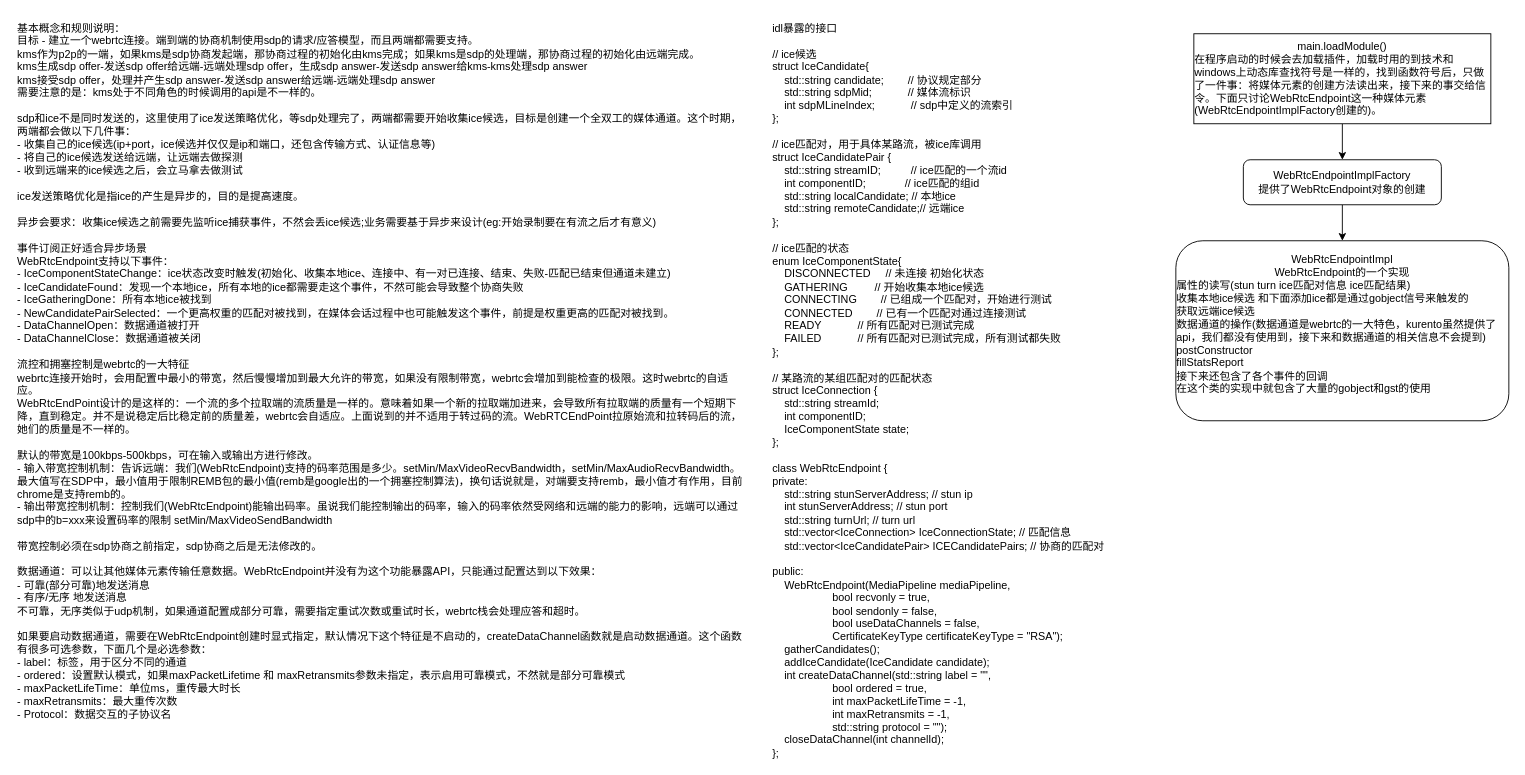
Above: page "WebRtcEndpoint" (2 of 2) of kms源码分析/kms分析文字版本.drawio in 63isOK/conference_graph (draw.io), before the change. Source tidied: cells renumbered, new cells numbered last; positions are measured from the earlier drawing's top-left corner, leaving out a move shared by most shapes. Both pictures are drawn from the tidied source at 90%, with x=0, y=0 at pixel (15, 15).
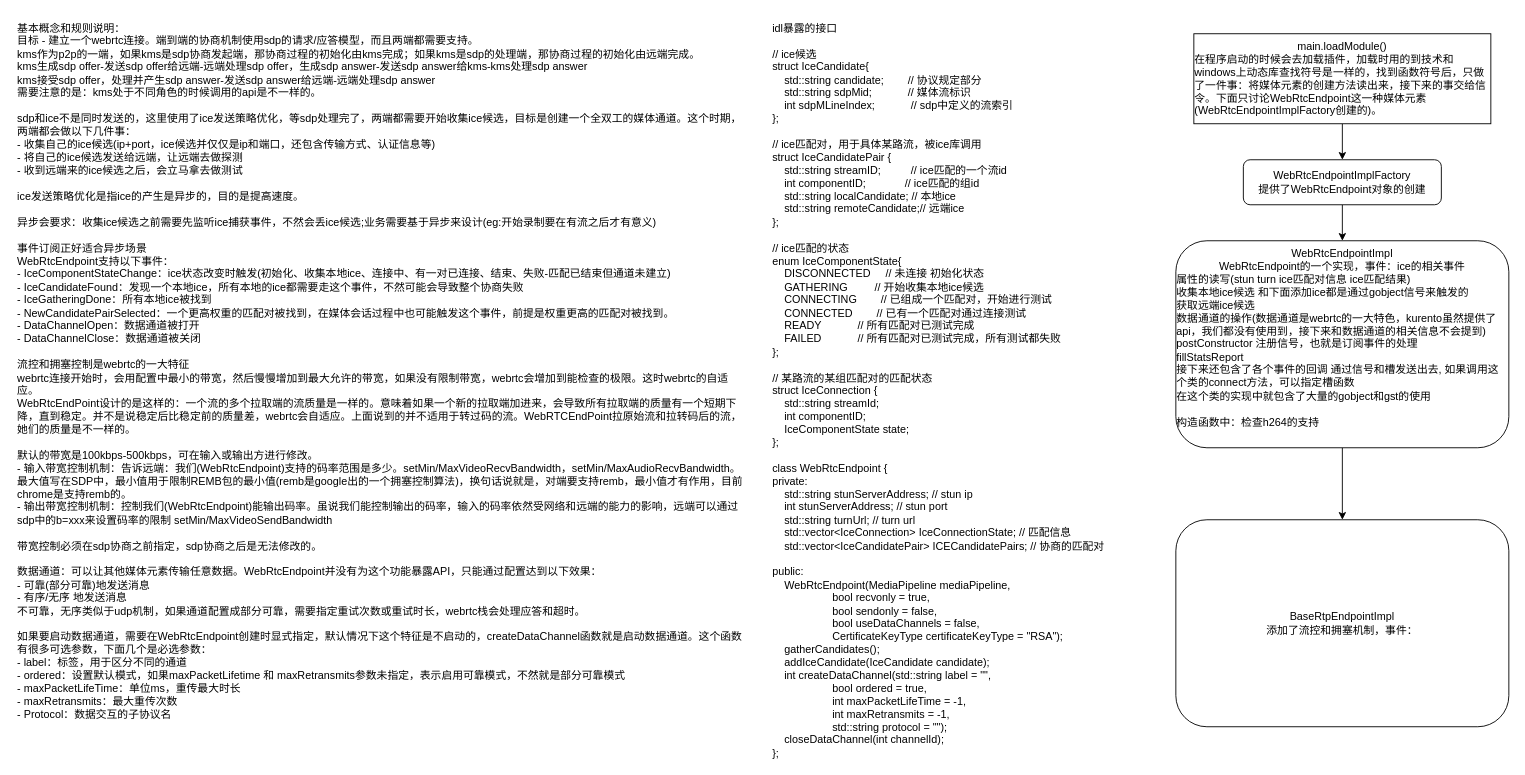
The same diagram, later.

Commit message:
更新kms分析文字版本.drawio

Diff of the diagram source:
```diff
@@
 <mxGraphModel>
   <root>
     <mxCell id="0" />
     <mxCell id="1" parent="0" />
     <mxCell id="2" value="基本概念和规则说明：&lt;br&gt;目标 - 建立一个webrtc连接。端到端的协商机制使用sdp的请求/应答模型，而且两端都需要支持。&lt;br&gt;kms作为p2p的一端，如果kms是sdp协商发起端，那协商过程的初始化由kms完成；如果kms是sdp的处理端，那协商过程的初始化由远端完成。&lt;br&gt;kms生成sdp offer-发送sdp offer给远端-远端处理sdp offer，生成sdp answer-发送sdp answer给kms-kms处理sdp answer&lt;br&gt;kms接受sdp offer，处理并产生sdp answer-发送sdp answer给远端-远端处理sdp answer&lt;br&gt;需要注意的是：kms处于不同角色的时候调用的api是不一样的。&lt;br&gt;&lt;br&gt;sdp和ice不是同时发送的，这里使用了ice发送策略优化，等sdp处理完了，两端都需要开始收集ice候选，目标是创建一个全双工的媒体通道。这个时期，两端都会做以下几件事：&lt;br&gt;- 收集自己的ice候选(ip+port，ice候选并仅仅是ip和端口，还包含传输方式、认证信息等)&lt;br&gt;- 将自己的ice候选发送给远端，让远端去做探测&lt;br&gt;- 收到远端来的ice候选之后，会立马拿去做测试&lt;br&gt;&lt;br&gt;ice发送策略优化是指ice的产生是异步的，目的是提高速度。&lt;br&gt;&lt;br&gt;异步会要求：收集ice候选之前需要先监听ice捕获事件，不然会丢ice候选;业务需要基于异步来设计(eg:开始录制要在有流之后才有意义)&lt;br&gt;&lt;br&gt;事件订阅正好适合异步场景&lt;br&gt;WebRtcEndpoint支持以下事件：&lt;br&gt;-&amp;nbsp;&lt;span&gt;IceComponentStateChange：ice状态改变时触发(初始化、收集本地ice、连接中、有一对已连接、结束、失败-匹配已结束但通道未建立)&lt;br&gt;&lt;/span&gt;-&amp;nbsp;&lt;span&gt;IceCandidateFound：发现一个本地ice，所有本地的ice都需要走这个事件，不然可能会导致整个协商失败&lt;br&gt;&lt;/span&gt;-&amp;nbsp;&lt;span&gt;IceGatheringDone：所有本地ice被找到&lt;br&gt;&lt;/span&gt;-&amp;nbsp;&lt;span&gt;NewCandidatePairSelected：一个更高权重的匹配对被找到，在媒体会话过程中也可能触发这个事件，前提是权重更高的匹配对被找到。&lt;br&gt;&lt;/span&gt;- D&lt;span&gt;ataChannelOpen：数据通道被打开&lt;br&gt;&lt;/span&gt;- D&lt;span&gt;ataChannelClose：数据通道被关闭&lt;br&gt;&lt;/span&gt;&lt;br&gt;流控和拥塞控制是webrtc的一大特征&lt;br&gt;webrtc连接开始时，会用配置中最小的带宽，然后慢慢增加到最大允许的带宽，如果没有限制带宽，webrtc会增加到能检查的极限。这时webrtc的自适应。&lt;br&gt;WebRtcEndPoint设计的是这样的：一个流的多个拉取端的流质量是一样的。意味着如果一个新的拉取端加进来，会导致所有拉取端的质量有一个短期下降，直到稳定。并不是说稳定后比稳定前的质量差，webrtc会自适应。上面说到的并不适用于转过码的流。WebRTCEndPoint拉原始流和拉转码后的流，她们的质量是不一样的。&lt;br&gt;&lt;br&gt;默认的带宽是100kbps-500kbps，可在输入或输出方进行修改。&lt;br&gt;- 输入带宽控制机制：告诉远端：我们(WebRtcEndpoint)支持的码率范围是多少。&lt;span&gt;setMin/MaxVideoRecvBandwidth，&lt;/span&gt;&lt;span&gt;setMin/MaxAudioRecvBandwidth&lt;/span&gt;。最大值写在SDP中，最小值用于限制REMB包的最小值(remb是google出的一个拥塞控制算法)，换句话说就是，对端要支持remb，最小值才有作用，目前chrome是支持remb的。&lt;br&gt;- 输出带宽控制机制：控制我们(WebRtcEndpoint)能输出码率。虽说我们能控制输出的码率，输入的码率依然受网络和远端的能力的影响，远端可以通过sdp中的b=xxx来设置码率的限制&amp;nbsp;&lt;span&gt;setMin/MaxVideoSendBandwidth&lt;br&gt;&lt;/span&gt;&lt;br&gt;带宽控制必须在sdp协商之前指定，sdp协商之后是无法修改的。&lt;br&gt;&lt;br&gt;数据通道：可以让其他媒体元素传输任意数据。WebRtcEndpoint并没有为这个功能暴露API，只能通过配置达到以下效果：&lt;br&gt;- 可靠(部分可靠)地发送消息&lt;br&gt;- 有序/无序 地发送消息&lt;br&gt;不可靠，无序类似于udp机制，如果通道配置成部分可靠，需要指定重试次数或重试时长，webrtc栈会处理应答和超时。&lt;br&gt;&lt;br&gt;如果要启动数据通道，需要在WebRtcEndpoint创建时显式指定，默认情况下这个特征是不启动的，&lt;span&gt;createDataChannel函数就是启动数据通道。这个函数有很多可选参数，下面几个是必选参数：&lt;br&gt;&lt;/span&gt;- label：标签，用于区分不同的通道&lt;br&gt;- ordered：设置默认模式，如果&lt;span&gt;maxPacketLifetime 和 maxRetransmits参数未指定，表示启用可靠模式，不然就是部分可靠模式&lt;br&gt;&lt;/span&gt;-&amp;nbsp;&lt;span&gt;maxPacketLifeTime：单位ms，重传最大时长&lt;br&gt;&lt;/span&gt;-&amp;nbsp;&lt;span&gt;maxRetransmits：最大重传次数&lt;br&gt;&lt;/span&gt;-&amp;nbsp;&lt;span&gt;Protocol：数据交互的子协议名&lt;/span&gt;&lt;br&gt;" style="text;html=1;strokeColor=none;fillColor=none;align=left;verticalAlign=top;whiteSpace=wrap;rounded=0;" parent="1" vertex="1">
       <mxGeometry width="809" height="750" as="geometry" />
     </mxCell>
     <mxCell id="3" value="&lt;div&gt;idl暴露的接口&lt;/div&gt;&lt;div&gt;&lt;br&gt;&lt;/div&gt;&lt;div&gt;// ice候选&lt;/div&gt;&lt;div&gt;struct IceCandidate{&lt;/div&gt;&lt;div&gt;&amp;nbsp; &amp;nbsp; std::string candidate;&amp;nbsp; &amp;nbsp; &amp;nbsp; &amp;nbsp; // 协议规定部分&lt;/div&gt;&lt;div&gt;&amp;nbsp; &amp;nbsp; std::string sdpMid;&amp;nbsp; &amp;nbsp; &amp;nbsp; &amp;nbsp; &amp;nbsp; &amp;nbsp; // 媒体流标识&lt;/div&gt;&lt;div&gt;&amp;nbsp; &amp;nbsp; int sdpMLineIndex;&amp;nbsp; &amp;nbsp; &amp;nbsp; &amp;nbsp; &amp;nbsp; &amp;nbsp; // sdp中定义的流索引&lt;/div&gt;&lt;div&gt;};&lt;/div&gt;&lt;div&gt;&lt;br&gt;&lt;/div&gt;&lt;div&gt;// ice匹配对，用于具体某路流，被ice库调用&lt;/div&gt;&lt;div&gt;struct IceCandidatePair {&lt;/div&gt;&lt;div&gt;&amp;nbsp; &amp;nbsp; std::string streamID;&amp;nbsp; &amp;nbsp; &amp;nbsp; &amp;nbsp; &amp;nbsp; // ice匹配的一个流id&lt;/div&gt;&lt;div&gt;&amp;nbsp; &amp;nbsp; int componentID;&amp;nbsp; &amp;nbsp; &amp;nbsp; &amp;nbsp; &amp;nbsp; &amp;nbsp; &amp;nbsp;// ice匹配的组id&lt;/div&gt;&lt;div&gt;&amp;nbsp; &amp;nbsp; std::string localCandidate; // 本地ice&lt;/div&gt;&lt;div&gt;&amp;nbsp; &amp;nbsp; std::string remoteCandidate;// 远端ice&lt;/div&gt;&lt;div&gt;};&lt;/div&gt;&lt;div&gt;&lt;br&gt;&lt;/div&gt;&lt;div&gt;// ice匹配的状态&lt;/div&gt;&lt;div&gt;enum IceComponentState{&lt;/div&gt;&lt;div&gt;&amp;nbsp; &amp;nbsp; DISCONNECTED&amp;nbsp; &amp;nbsp; &amp;nbsp;// 未连接 初始化状态&lt;/div&gt;&lt;div&gt;&amp;nbsp; &amp;nbsp; GATHERING&amp;nbsp; &amp;nbsp; &amp;nbsp; &amp;nbsp; &amp;nbsp;// 开始收集本地ice候选&lt;/div&gt;&lt;div&gt;&amp;nbsp; &amp;nbsp; CONNECTING&amp;nbsp; &amp;nbsp; &amp;nbsp; &amp;nbsp; // 已组成一个匹配对，开始进行测试&lt;/div&gt;&lt;div&gt;&amp;nbsp; &amp;nbsp; CONNECTED&amp;nbsp; &amp;nbsp; &amp;nbsp; &amp;nbsp; // 已有一个匹配对通过连接测试&lt;/div&gt;&lt;div&gt;&amp;nbsp; &amp;nbsp; READY&amp;nbsp; &amp;nbsp; &amp;nbsp; &amp;nbsp; &amp;nbsp; &amp;nbsp; // 所有匹配对已测试完成&lt;/div&gt;&lt;div&gt;&amp;nbsp; &amp;nbsp; FAILED&amp;nbsp; &amp;nbsp; &amp;nbsp; &amp;nbsp; &amp;nbsp; &amp;nbsp; // 所有匹配对已测试完成，所有测试都失败&lt;/div&gt;&lt;div&gt;};&lt;/div&gt;&lt;div&gt;&lt;br&gt;&lt;/div&gt;&lt;div&gt;// 某路流的某组匹配对的匹配状态&lt;/div&gt;&lt;div&gt;struct IceConnection {&lt;/div&gt;&lt;div&gt;&amp;nbsp; &amp;nbsp; std::string streamId;&lt;/div&gt;&lt;div&gt;&amp;nbsp; &amp;nbsp; int componentID;&lt;/div&gt;&lt;div&gt;&amp;nbsp; &amp;nbsp; IceComponentState state;&lt;/div&gt;&lt;div&gt;};&lt;/div&gt;&lt;div&gt;&lt;br&gt;&lt;/div&gt;&lt;div&gt;class WebRtcEndpoint {&lt;/div&gt;&lt;div&gt;private:&lt;/div&gt;&lt;div&gt;&amp;nbsp; &amp;nbsp; std::string stunServerAddress; // stun ip&lt;/div&gt;&lt;div&gt;&amp;nbsp; &amp;nbsp; int stunServerAddress; // stun port&lt;/div&gt;&lt;div&gt;&amp;nbsp; &amp;nbsp; std::string turnUrl; // turn url&lt;/div&gt;&lt;div&gt;&amp;nbsp; &amp;nbsp; std::vector&amp;lt;IceConnection&amp;gt; IceConnectionState; // 匹配信息&lt;/div&gt;&lt;div&gt;&amp;nbsp; &amp;nbsp; std::vector&amp;lt;IceCandidatePair&amp;gt; ICECandidatePairs; // 协商的匹配对&lt;/div&gt;&lt;span&gt;&lt;br&gt;&lt;/span&gt;&lt;div&gt;public:&lt;/div&gt;&lt;div&gt;&amp;nbsp; &amp;nbsp; WebRtcEndpoint(MediaPipeline mediaPipeline,&lt;/div&gt;&lt;div&gt;&amp;nbsp; &amp;nbsp; &amp;nbsp; &amp;nbsp; &amp;nbsp; &amp;nbsp; &amp;nbsp; &amp;nbsp; &amp;nbsp; &amp;nbsp; bool recvonly = true,&lt;/div&gt;&lt;div&gt;&amp;nbsp; &amp;nbsp; &amp;nbsp; &amp;nbsp; &amp;nbsp; &amp;nbsp; &amp;nbsp; &amp;nbsp; &amp;nbsp; &amp;nbsp; bool sendonly = false,&lt;/div&gt;&lt;div&gt;&amp;nbsp; &amp;nbsp; &amp;nbsp; &amp;nbsp; &amp;nbsp; &amp;nbsp; &amp;nbsp; &amp;nbsp; &amp;nbsp; &amp;nbsp; bool useDataChannels = false,&lt;/div&gt;&lt;div&gt;&amp;nbsp; &amp;nbsp; &amp;nbsp; &amp;nbsp; &amp;nbsp; &amp;nbsp; &amp;nbsp; &amp;nbsp; &amp;nbsp; &amp;nbsp; CertificateKeyType certificateKeyType = &quot;RSA&quot;);&lt;/div&gt;&lt;div&gt;&amp;nbsp; &amp;nbsp; gatherCandidates();&lt;/div&gt;&lt;div&gt;&amp;nbsp; &amp;nbsp; addIceCandidate(IceCandidate candidate);&lt;/div&gt;&lt;div&gt;&amp;nbsp; &amp;nbsp; int createDataChannel(std::string label = &quot;&quot;,&lt;/div&gt;&lt;div&gt;&amp;nbsp; &amp;nbsp; &amp;nbsp; &amp;nbsp; &amp;nbsp; &amp;nbsp; &amp;nbsp; &amp;nbsp; &amp;nbsp; &amp;nbsp; bool ordered = true,&lt;/div&gt;&lt;div&gt;&amp;nbsp; &amp;nbsp; &amp;nbsp; &amp;nbsp; &amp;nbsp; &amp;nbsp; &amp;nbsp; &amp;nbsp; &amp;nbsp; &amp;nbsp; int maxPacketLifeTime = -1,&lt;/div&gt;&lt;div&gt;&amp;nbsp; &amp;nbsp; &amp;nbsp; &amp;nbsp; &amp;nbsp; &amp;nbsp; &amp;nbsp; &amp;nbsp; &amp;nbsp; &amp;nbsp; int maxRetransmits = -1,&lt;/div&gt;&lt;div&gt;&amp;nbsp; &amp;nbsp; &amp;nbsp; &amp;nbsp; &amp;nbsp; &amp;nbsp; &amp;nbsp; &amp;nbsp; &amp;nbsp; &amp;nbsp; std::string protocol = &quot;&quot;);&lt;/div&gt;&lt;div&gt;&amp;nbsp; &amp;nbsp; closeDataChannel(int channelId);&lt;/div&gt;&lt;div&gt;};&lt;/div&gt;" style="text;html=1;strokeColor=none;fillColor=none;align=left;verticalAlign=top;whiteSpace=wrap;rounded=0;" parent="1" vertex="1">
       <mxGeometry x="839" width="390" height="810" as="geometry" />
     </mxCell>
     <mxCell id="4" style="edgeStyle=orthogonalEdgeStyle;rounded=0;jettySize=auto;html=1;" parent="1" edge="1" source="5" target="7">
       <mxGeometry relative="1" as="geometry" />
     </mxCell>
     <mxCell id="5" value="main.loadModule()&lt;br&gt;&lt;div style=&quot;text-align: left&quot;&gt;&lt;span&gt;在程序启动的时候会去加载插件，加载时用的到技术和windows上动态库查找符号是一样的，找到函数符号后，只做了一件事：将媒体元素的创建方法读出来，接下来的事交给信令。下面只讨论WebRtcEndpoint这一种媒体元素(&lt;/span&gt;&lt;span&gt;WebRtcEndpointImplFactory创建的&lt;/span&gt;&lt;span&gt;)。&lt;/span&gt;&lt;/div&gt;" style="rounded=0;whiteSpace=wrap;html=1;" parent="1" vertex="1">
       <mxGeometry x="1309" y="20" width="330" height="100" as="geometry" />
     </mxCell>
     <mxCell id="6" style="edgeStyle=orthogonalEdgeStyle;rounded=0;jettySize=auto;html=1;" parent="1" edge="1" source="7" target="8">
       <mxGeometry relative="1" as="geometry" />
     </mxCell>
     <mxCell id="7" value="&lt;span&gt;WebRtcEndpointImplFactory&lt;br&gt;提供了WebRtcEndpoint对象的创建&lt;br&gt;&lt;/span&gt;" style="rounded=1;whiteSpace=wrap;html=1;align=center;" parent="1" vertex="1">
       <mxGeometry x="1364" y="160" width="220" height="50" as="geometry" />
     </mxCell>
+    <mxCell id="9" style="edgeStyle=orthogonalEdgeStyle;rounded=0;jettySize=auto;html=1;" parent="1" edge="1" source="8" target="10">
+      <mxGeometry relative="1" as="geometry" />
+    </mxCell>
-    <mxCell id="8" value="&lt;span&gt;WebRtcEndpointImpl&lt;br&gt;WebRtcEndpoint的一个实现&lt;br&gt;&lt;div style=&quot;text-align: left&quot;&gt;属性的读写(stun turn ice匹配对信息 ice匹配结果)&lt;/div&gt;&lt;div style=&quot;text-align: left&quot;&gt;收集本地ice候选 和下面添加ice都是通过gobject信号来触发的&lt;/div&gt;&lt;div style=&quot;text-align: left&quot;&gt;获取远端ice候选&lt;/div&gt;&lt;div style=&quot;text-align: left&quot;&gt;数据通道的操作(数据通道是webrtc的一大特色，kurento虽然提供了api，我们都没有使用到，接下来和数据通道的相关信息不会提到)&lt;/div&gt;&lt;div style=&quot;text-align: left&quot;&gt;postConstructor&lt;br&gt;&lt;/div&gt;&lt;div style=&quot;text-align: left&quot;&gt;fillStatsReport&lt;br&gt;&lt;/div&gt;&lt;div style=&quot;text-align: left&quot;&gt;接下来还包含了各个事件的回调&lt;/div&gt;&lt;div style=&quot;text-align: left&quot;&gt;在这个类的实现中就包含了大量的gobject和gst的使用&lt;/div&gt;&lt;div style=&quot;text-align: left&quot;&gt;&lt;br&gt;&lt;/div&gt;&lt;/span&gt;" style="rounded=1;whiteSpace=wrap;html=1;align=center;" parent="1" vertex="1">
-      <mxGeometry x="1289" y="250" width="370" height="200" as="geometry" />
+    <mxCell id="8" value="&lt;span&gt;WebRtcEndpointImpl&lt;br&gt;WebRtcEndpoint的一个实现，&lt;/span&gt;&lt;span&gt;事件：ice的相关事件&lt;/span&gt;&lt;span&gt;&lt;br&gt;&lt;div style=&quot;text-align: left&quot;&gt;属性的读写(stun turn ice匹配对信息 ice匹配结果)&lt;/div&gt;&lt;div style=&quot;text-align: left&quot;&gt;收集本地ice候选 和下面添加ice都是通过gobject信号来触发的&lt;/div&gt;&lt;div style=&quot;text-align: left&quot;&gt;获取远端ice候选&lt;/div&gt;&lt;div style=&quot;text-align: left&quot;&gt;数据通道的操作(数据通道是webrtc的一大特色，kurento虽然提供了api，我们都没有使用到，接下来和数据通道的相关信息不会提到)&lt;/div&gt;&lt;div style=&quot;text-align: left&quot;&gt;postConstructor 注册信号，也就是订阅事件的处理&lt;br&gt;&lt;/div&gt;&lt;div style=&quot;text-align: left&quot;&gt;fillStatsReport&lt;br&gt;&lt;/div&gt;&lt;div style=&quot;text-align: left&quot;&gt;接下来还包含了各个事件的回调 通过信号和槽发送出去, 如果调用这个类的connect方法，可以指定槽函数&lt;/div&gt;&lt;div style=&quot;text-align: left&quot;&gt;在这个类的实现中就包含了大量的gobject和gst的使用&lt;/div&gt;&lt;div style=&quot;text-align: left&quot;&gt;&lt;br&gt;&lt;/div&gt;&lt;div style=&quot;text-align: left&quot;&gt;构造函数中：检查h264的支持&lt;/div&gt;&lt;div style=&quot;text-align: left&quot;&gt;&lt;br&gt;&lt;/div&gt;&lt;/span&gt;" style="rounded=1;whiteSpace=wrap;html=1;align=center;" parent="1" vertex="1">
+      <mxGeometry x="1289" y="250" width="370" height="230" as="geometry" />
     </mxCell>
+    <mxCell id="10" value="&lt;span&gt;BaseRtpEndpointImpl&lt;br&gt;添加了流控和拥塞机制，事件：&lt;br&gt;&lt;/span&gt;" style="rounded=1;whiteSpace=wrap;html=1;align=center;" parent="1" vertex="1">
+      <mxGeometry x="1289" y="560" width="370" height="230" as="geometry" />
+    </mxCell>
   </root>
 </mxGraphModel>
```
